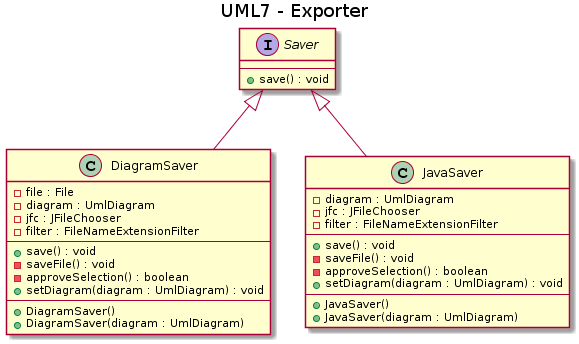
This is doc/UML/exporter.png from echodeltaFR/UML7, a PlantUML export, as it was before one commit. Source of this version:
```plantuml
@startuml
title UML7 - Exporter

interface Saver {
    --
    + save() : void
}

class DiagramSaver {
    - file : File
    - diagram : UmlDiagram
    - jfc : JFileChooser
    - filter : FileNameExtensionFilter
    --
    + save() : void
    - saveFile() : void
    - approveSelection() : boolean
    + setDiagram(diagram : UmlDiagram) : void
    --
    + DiagramSaver()
    + DiagramSaver(diagram : UmlDiagram)
}

class JavaSaver {
    - diagram : UmlDiagram
    - jfc : JFileChooser
    - filter : FileNameExtensionFilter
    --
    + save() : void
    - saveFile() : void
    - approveSelection() : boolean
    + setDiagram(diagram : UmlDiagram) : void
    --
    + JavaSaver()
    + JavaSaver(diagram : UmlDiagram)
}

Saver <|-- DiagramSaver
Saver <|-- JavaSaver
@enduml
```
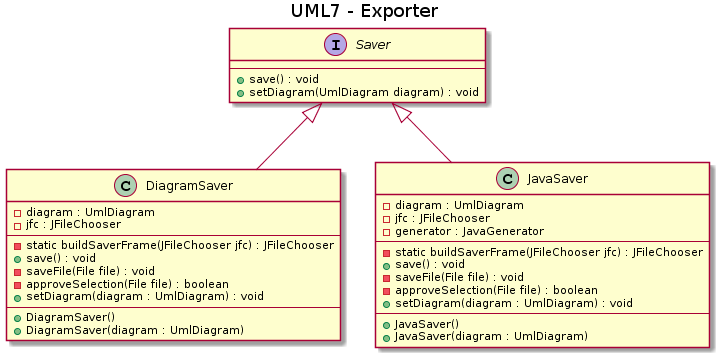
Above is the later version.

Commit message:
Le diagramme mise a jour

Change to the diagram source:
```diff
@@ -4,17 +4,17 @@
 interface Saver {
     --
     + save() : void
+    + setDiagram(UmlDiagram diagram) : void
 }
 
 class DiagramSaver {
-    - file : File
     - diagram : UmlDiagram
     - jfc : JFileChooser
-    - filter : FileNameExtensionFilter
     --
+    - static buildSaverFrame(JFileChooser jfc) : JFileChooser
     + save() : void
-    - saveFile() : void
-    - approveSelection() : boolean
+    - saveFile(File file) : void
+    - approveSelection(File file) : boolean
     + setDiagram(diagram : UmlDiagram) : void
     --
     + DiagramSaver()
@@ -24,11 +24,12 @@
 class JavaSaver {
     - diagram : UmlDiagram
     - jfc : JFileChooser
-    - filter : FileNameExtensionFilter
+    - generator : JavaGenerator
     --
+    - static buildSaverFrame(JFileChooser jfc) : JFileChooser
     + save() : void
-    - saveFile() : void
-    - approveSelection() : boolean
+    - saveFile(File file) : void
+    - approveSelection(File file) : boolean
     + setDiagram(diagram : UmlDiagram) : void
     --
     + JavaSaver()
```
